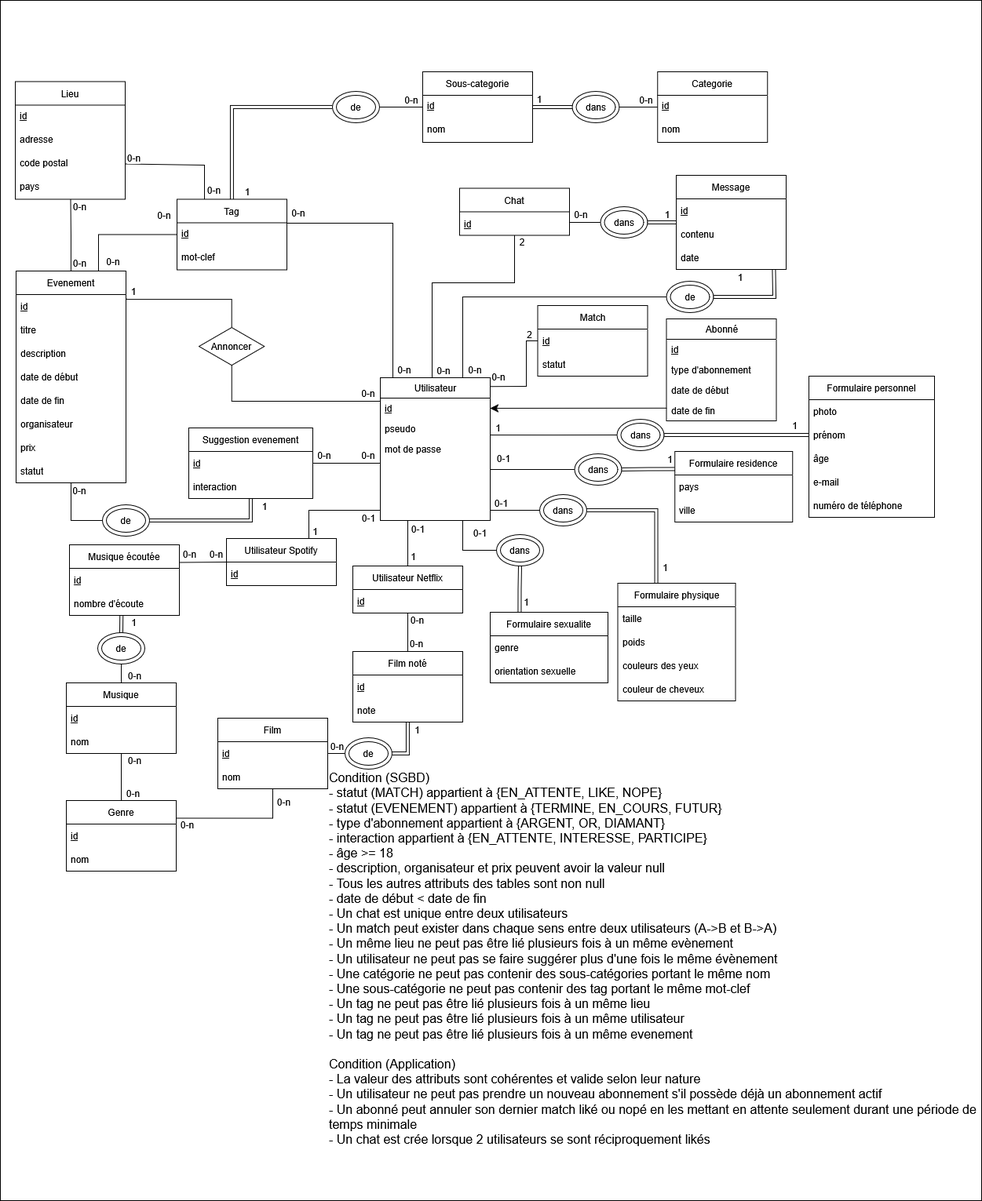
This is ER.png from SuyuKuka/Le-Big-Match-Big-Brother-Is-Matching-You, a draw.io export, as it was before one commit. Source tidied: cells renumbered, new cells last; positions are measured from the earlier drawing's top-left corner, leaving out a move shared by most shapes.
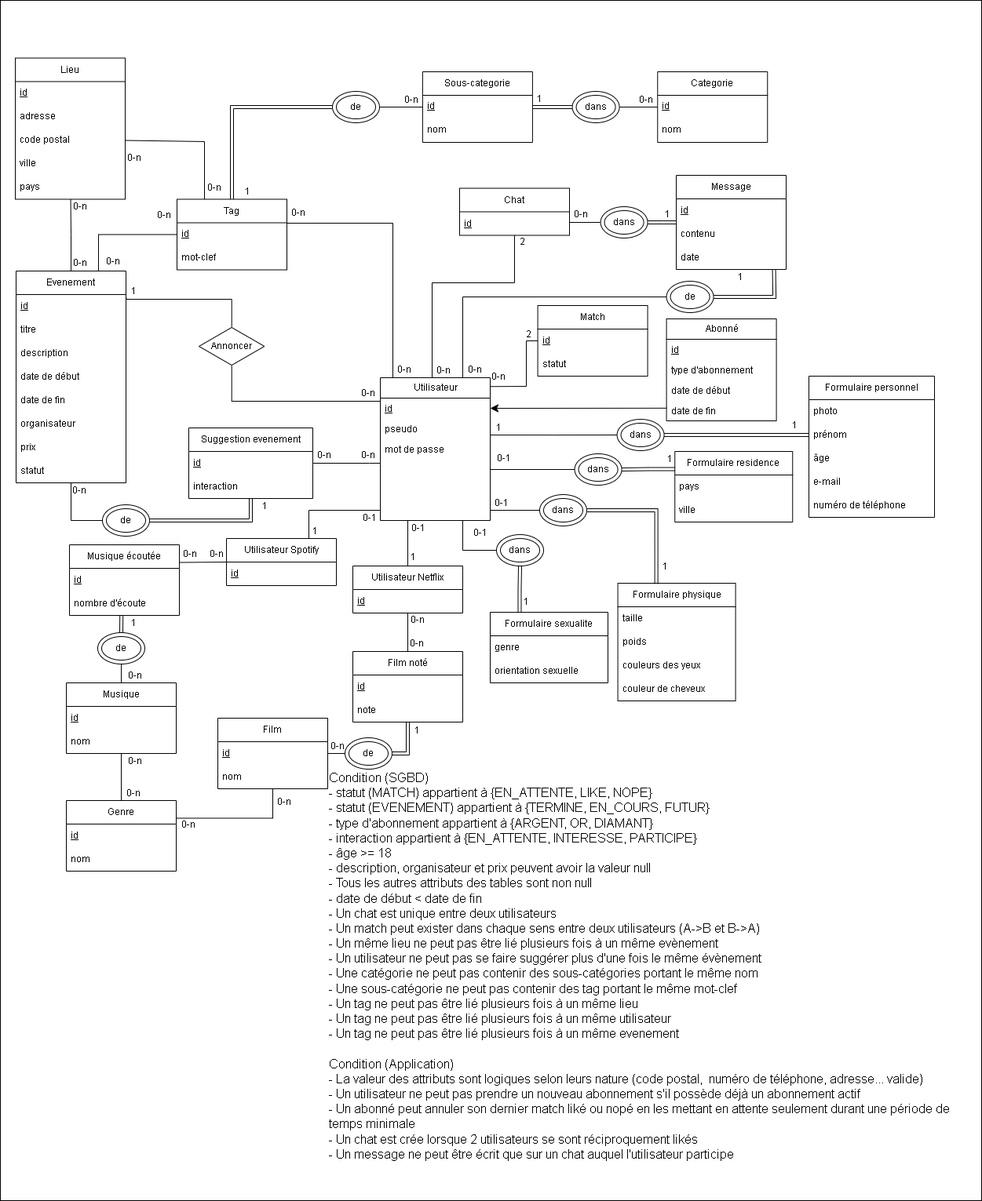
Later version of the same file.

Change to the diagram source:
```diff
@@ -132,7 +132,7 @@
       <mxGeometry y="60" width="140" height="30" as="geometry" />
     </mxCell>
     <mxCell id="45" value="Lieu" style="swimlane;fontStyle=0;horizontal=1;startSize=30;whiteSpace=wrap;html=1;" parent="1" vertex="1">
-      <mxGeometry x="19" y="103.5" width="140" height="150" as="geometry" />
+      <mxGeometry x="19" y="73.5" width="140" height="180" as="geometry" />
     </mxCell>
     <mxCell id="46" value="&lt;u&gt;id&lt;/u&gt;" style="text;strokeColor=none;fillColor=none;align=left;verticalAlign=top;spacingLeft=4;spacingRight=4;overflow=hidden;whiteSpace=wrap;html=1;" parent="45" vertex="1">
       <mxGeometry y="30" width="140" height="30" as="geometry" />
@@ -143,8 +143,11 @@
     <mxCell id="48" value="code postal" style="text;strokeColor=none;fillColor=none;align=left;verticalAlign=top;spacingLeft=4;spacingRight=4;overflow=hidden;points=[[0,0.5],[1,0.5]];portConstraint=eastwest;whiteSpace=wrap;html=1;" parent="45" vertex="1">
       <mxGeometry y="90" width="140" height="30" as="geometry" />
     </mxCell>
+    <mxCell id="198" value="ville" style="text;strokeColor=none;fillColor=none;align=left;verticalAlign=top;spacingLeft=4;spacingRight=4;overflow=hidden;whiteSpace=wrap;html=1;" parent="45" vertex="1">
+      <mxGeometry y="120" width="140" height="30" as="geometry" />
+    </mxCell>
     <mxCell id="49" value="pays" style="text;strokeColor=none;fillColor=none;align=left;verticalAlign=top;spacingLeft=4;spacingRight=4;overflow=hidden;points=[[0,0.5],[1,0.5]];portConstraint=eastwest;whiteSpace=wrap;html=1;" parent="45" vertex="1">
-      <mxGeometry y="120" width="140" height="30" as="geometry" />
+      <mxGeometry y="150" width="140" height="30" as="geometry" />
     </mxCell>
     <mxCell id="50" value="Sous-categorie" style="swimlane;fontStyle=0;horizontal=1;startSize=30;whiteSpace=wrap;html=1;" parent="1" vertex="1">
       <mxGeometry x="537.9" y="91" width="140" height="90" as="geometry" />
@@ -446,7 +449,7 @@
     <mxCell id="133" style="endArrow=none;html=1;rounded=0;fontSize=12;startSize=8;endSize=8;curved=0;exitX=0.25;exitY=0;exitDx=0;exitDy=0;entryX=1;entryY=0.5;entryDx=0;entryDy=0;" parent="1" edge="1" source="42" target="48">
       <mxGeometry relative="1" as="geometry">
         <Array as="points">
-          <mxPoint x="260" y="210" />
+          <mxPoint x="260" y="180" />
         </Array>
       </mxGeometry>
     </mxCell>
@@ -673,7 +676,7 @@
         <mxPoint x="14" y="3" as="offset" />
       </mxGeometry>
     </mxCell>
-    <mxCell id="197" value="&lt;font style=&quot;font-size: 16px;&quot;&gt;Condition (SGBD)&lt;br&gt;- statut (MATCH) appartient à {EN_ATTENTE, LIKE, NOPE}&lt;br&gt;- statut (EVENEMENT) appartient à {TERMINE, EN_COURS, FUTUR}&lt;br&gt;- type d'abonnement appartient à {ARGENT, OR, DIAMANT}&lt;br&gt;- interaction appartient à {EN_ATTENTE, INTERESSE, PARTICIPE}&lt;br&gt;- âge &amp;gt;= 18&lt;br&gt;- description, organisateur et prix peuvent avoir la valeur null&lt;br&gt;- Tous les autres attributs des tables sont non null&lt;br&gt;- date de début &amp;lt; date de fin&lt;br&gt;- Un chat est unique entre deux utilisateurs&lt;br&gt;- Un match peut exister dans chaque sens entre deux utilisateurs (A-&amp;gt;B et B-&amp;gt;A)&lt;br&gt;- Un même lieu ne peut pas être lié plusieurs fois à un même evènement&lt;br&gt;- Un utilisateur ne peut pas se faire suggérer plus d'une fois le même évènement&lt;br&gt;- Une catégorie ne peut pas contenir des sous-catégories portant le même nom&lt;br&gt;- Une sous-catégorie ne peut pas contenir des tag portant le même mot-clef&lt;br&gt;- Un tag ne peut pas être lié plusieurs fois à un même lieu&lt;br&gt;- Un tag ne peut pas être lié plusieurs fois à un même utilisateur&lt;br&gt;- Un tag ne peut pas être lié plusieurs fois à un même evenement&lt;br&gt;&lt;br&gt;&lt;font&gt;Condition (Application)&lt;br&gt;- La valeur des attributs sont cohérentes et valide selon leur nature&lt;br&gt;- Un utilisateur ne peut pas prendre un nouveau abonnement s'il possède déjà un abonnement actif&lt;br&gt;- Un abonné peut annuler son dernier match liké ou nopé en les mettant en attente seulement durant une période de temps minimale&lt;br&gt;- Un chat est crée lorsque 2 utilisateurs se sont réciproquement likés&lt;/font&gt;&lt;/font&gt;" style="text;html=1;align=left;verticalAlign=top;whiteSpace=wrap;rounded=0;" parent="1" vertex="1">
+    <mxCell id="197" value="&lt;font style=&quot;font-size: 16px;&quot;&gt;Condition (SGBD)&lt;br&gt;- statut (MATCH) appartient à {EN_ATTENTE, LIKE, NOPE}&lt;br&gt;- statut (EVENEMENT) appartient à {TERMINE, EN_COURS, FUTUR}&lt;br&gt;- type d'abonnement appartient à {ARGENT, OR, DIAMANT}&lt;br&gt;- interaction appartient à {EN_ATTENTE, INTERESSE, PARTICIPE}&lt;br&gt;- âge &amp;gt;= 18&lt;br&gt;- description, organisateur et prix peuvent avoir la valeur null&lt;br&gt;- Tous les autres attributs des tables sont non null&lt;br&gt;- date de début &amp;lt; date de fin&lt;br&gt;- Un chat est unique entre deux utilisateurs&lt;br&gt;- Un match peut exister dans chaque sens entre deux utilisateurs (A-&amp;gt;B et B-&amp;gt;A)&lt;br&gt;- Un même lieu ne peut pas être lié plusieurs fois à un même evènement&lt;br&gt;- Un utilisateur ne peut pas se faire suggérer plus d'une fois le même évènement&lt;br&gt;- Une catégorie ne peut pas contenir des sous-catégories portant le même nom&lt;br&gt;- Une sous-catégorie ne peut pas contenir des tag portant le même mot-clef&lt;br&gt;- Un tag ne peut pas être lié plusieurs fois à un même lieu&lt;br&gt;- Un tag ne peut pas être lié plusieurs fois à un même utilisateur&lt;br&gt;- Un tag ne peut pas être lié plusieurs fois à un même evenement&lt;br&gt;&lt;br&gt;&lt;font&gt;Condition (Application)&lt;br&gt;- La valeur des attributs sont logiques selon leurs nature (code postal,&amp;nbsp; numéro de téléphone, adresse... valide)&lt;br&gt;- Un utilisateur ne peut pas prendre un nouveau abonnement s'il possède déjà un abonnement actif&lt;br&gt;- Un abonné peut annuler son dernier match liké ou nopé en les mettant en attente seulement durant une période de temps minimale&lt;br&gt;- Un chat est crée lorsque 2 utilisateurs se sont réciproquement likés&lt;br&gt;- Un message ne peut être écrit que sur un chat auquel l'utilisateur participe&lt;/font&gt;&lt;/font&gt;" style="text;html=1;align=left;verticalAlign=top;whiteSpace=wrap;rounded=0;" parent="1" vertex="1">
       <mxGeometry x="417" y="975" width="833" height="535" as="geometry" />
     </mxCell>
   </root>
```
